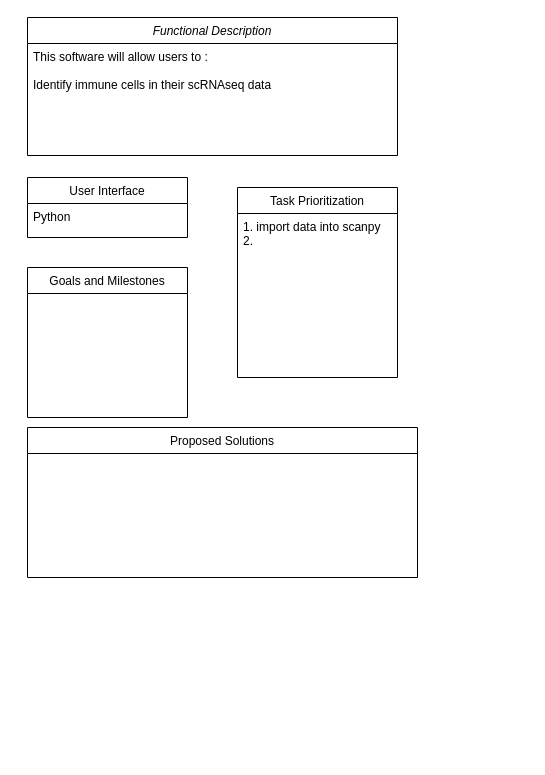
abbyvallie/Bioinf_576_resources keeps this draw.io diagram as Bioinf_576_DDS for ImVal.drawio. Above is the earlier version. Source tidied: cells renumbered, new cells numbered last; positions are measured from the earlier drawing's top-left corner, leaving out a move shared by most shapes. Both pictures are drawn from the tidied source at 100%, with x=0, y=0 at pixel (27, 17).
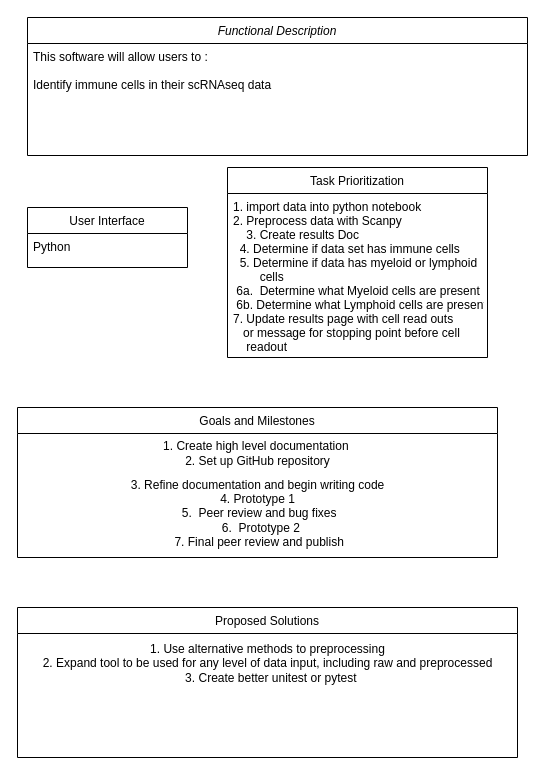
Above is the later version.

What changed in the source:
```diff
@@
 <mxGraphModel>
   <root>
     <mxCell id="0" />
     <mxCell id="1" parent="0" />
     <mxCell id="2" value="Functional Description" style="swimlane;fontStyle=2;align=center;verticalAlign=top;horizontal=1;startSize=26;rounded=0;shadow=0;strokeWidth=1;" parent="1" vertex="1">
-      <mxGeometry width="370" height="138" as="geometry" />
+      <mxGeometry width="500" height="138" as="geometry" />
     </mxCell>
     <mxCell id="3" value="This software will allow users to :&#10; &#10;Identify immune cells in their scRNAseq data " style="text;align=left;verticalAlign=top;spacingLeft=4;spacingRight=4;overflow=hidden;" parent="2" vertex="1">
-      <mxGeometry y="26" width="370" height="104" as="geometry" />
+      <mxGeometry y="26" width="500" height="104" as="geometry" />
     </mxCell>
     <mxCell id="4" value="User Interface" style="swimlane;fontStyle=0;align=center;verticalAlign=top;horizontal=1;startSize=26;rounded=0;shadow=0;strokeWidth=1;" parent="1" vertex="1">
-      <mxGeometry y="160" width="160" height="60" as="geometry" />
+      <mxGeometry y="190" width="160" height="60" as="geometry" />
     </mxCell>
     <mxCell id="5" value="Python" style="text;align=left;verticalAlign=top;spacingLeft=4;spacingRight=4;overflow=hidden;" parent="4" vertex="1">
       <mxGeometry y="26" width="160" height="26" as="geometry" />
     </mxCell>
     <mxCell id="6" value="Goals and Milestones" style="swimlane;fontStyle=0;align=center;verticalAlign=top;horizontal=1;startSize=26;rounded=0;shadow=0;strokeWidth=1;" parent="1" vertex="1">
-      <mxGeometry y="250" width="160" height="150" as="geometry" />
+      <mxGeometry x="-10" y="390" width="480" height="150" as="geometry" />
     </mxCell>
+    <mxCell id="10" value="1. Create high level documentation&amp;nbsp;&lt;br&gt;2. Set up GitHub repository" style="text;html=1;align=center;verticalAlign=middle;strokeColor=none;fillColor=none;" parent="6" vertex="1">
+      <mxGeometry y="26" width="480" height="40" as="geometry" />
+    </mxCell>
+    <mxCell id="11" value="3. Refine documentation and begin writing code&lt;br&gt;4. Prototype 1&lt;br&gt;&amp;nbsp;5. &amp;nbsp;Peer review and bug fixes&lt;br&gt;&amp;nbsp; 6. &amp;nbsp;Prototype 2&lt;br&gt;&amp;nbsp; 7. Final peer review and publish&amp;nbsp;" style="text;html=1;align=center;verticalAlign=middle;strokeColor=none;fillColor=none;" parent="6" vertex="1">
+      <mxGeometry y="66" width="480" height="80" as="geometry" />
+    </mxCell>
     <mxCell id="7" value="Task Prioritization" style="swimlane;fontStyle=0;align=center;verticalAlign=top;horizontal=1;startSize=26;rounded=0;shadow=0;strokeWidth=1;" parent="1" vertex="1">
-      <mxGeometry x="210" y="170" width="160" height="190" as="geometry" />
+      <mxGeometry x="200" y="150" width="260" height="190" as="geometry" />
     </mxCell>
-    <mxCell id="8" value="1. import data into scanpy&#10;2. " style="text;align=left;verticalAlign=top;spacingLeft=4;spacingRight=4;overflow=hidden;" parent="7" vertex="1">
-      <mxGeometry y="26" width="160" height="164" as="geometry" />
+    <mxCell id="8" value="1. import data into python notebook&#10;2. Preprocess data with Scanpy&#10;    3. Create results Doc&#10;  4. Determine if data set has immune cells &#10;  5. Determine if data has myeloid or lymphoid &#10;        cells&#10; 6a.  Determine what Myeloid cells are present&#10; 6b. Determine what Lymphoid cells are present&#10;7. Update results page with cell read outs&#10;   or message for stopping point before cell &#10;    readout" style="text;align=left;verticalAlign=top;spacingLeft=4;spacingRight=4;overflow=hidden;" parent="7" vertex="1">
+      <mxGeometry y="26" width="260" height="164" as="geometry" />
     </mxCell>
     <mxCell id="9" value="Proposed Solutions" style="swimlane;fontStyle=0;align=center;verticalAlign=top;horizontal=1;startSize=26;rounded=0;shadow=0;strokeWidth=1;" parent="1" vertex="1">
-      <mxGeometry y="410" width="390" height="150" as="geometry" />
+      <mxGeometry x="-10" y="590" width="500" height="150" as="geometry" />
     </mxCell>
+    <mxCell id="12" value="1. Use alternative methods to preprocessing&lt;br&gt;2. Expand tool to be used for any level of data input, including raw and preprocessed&lt;br&gt;&amp;nbsp; 3. Create better unitest or pytest&lt;br&gt;" style="text;html=1;align=center;verticalAlign=middle;strokeColor=none;fillColor=none;" parent="9" vertex="1">
+      <mxGeometry y="26" width="500" height="60" as="geometry" />
+    </mxCell>
   </root>
 </mxGraphModel>
```
